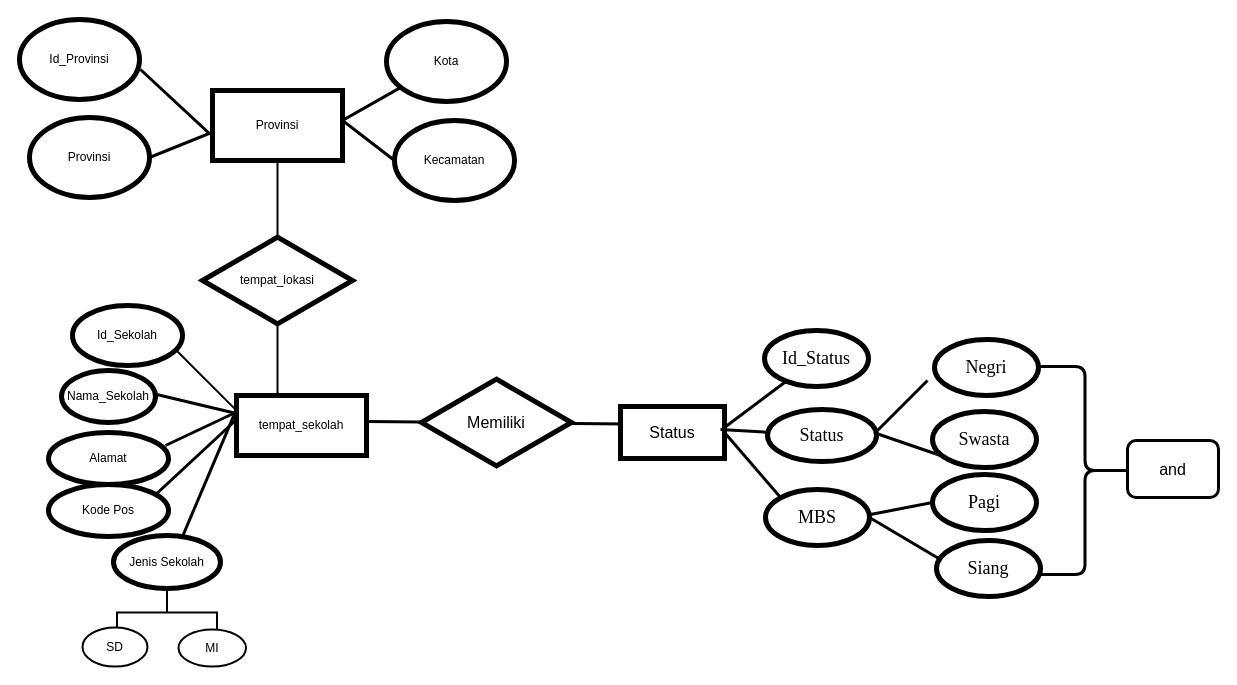
Earlier version of the draw.io diagram Diagram Tanpa Judul.drawio (ashaunix21/shynigami21). Source tidied: cells renumbered, new cells numbered last; positions are measured from the earlier drawing's top-left corner, leaving out a move shared by most shapes. Both pictures are drawn from the tidied source at 100%, with x=0, y=0 at pixel (19, 19).
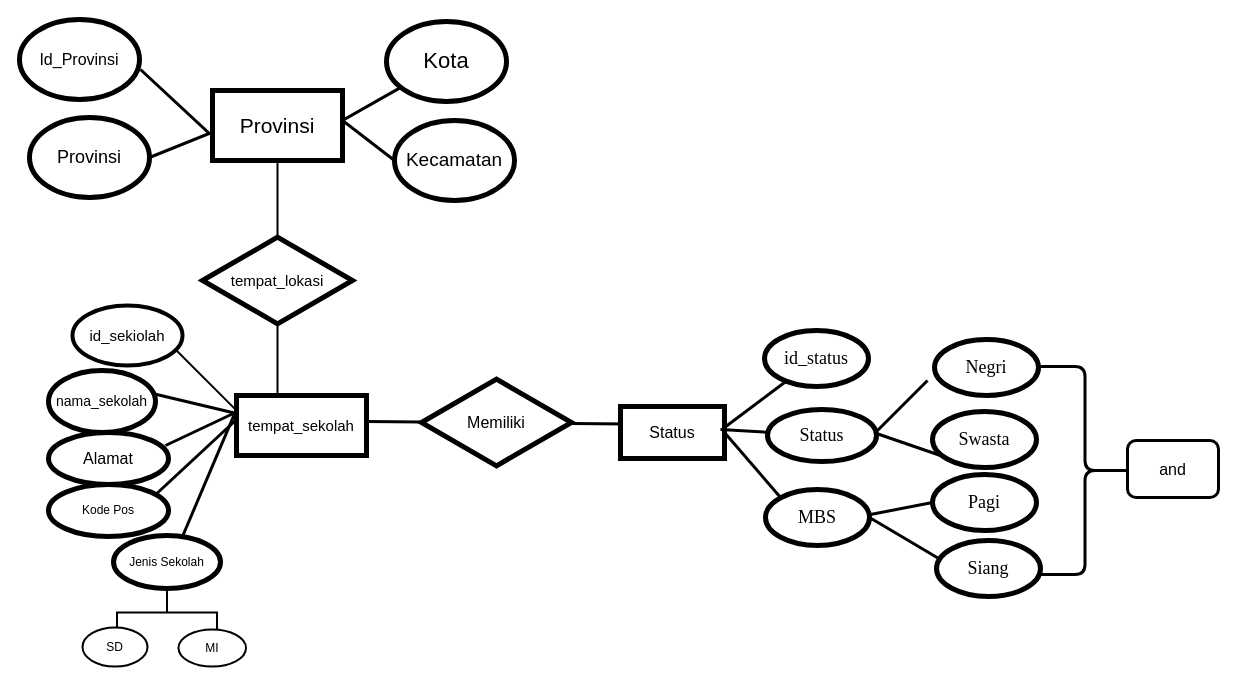
After the change.

Change to the diagram source:
```diff
@@
-    <mxCell id="2" value="Provinsi" style="rounded=0;whiteSpace=wrap;html=1;strokeColor=#000000;strokeWidth=5;" parent="1" vertex="1">
+    <mxCell id="2" value="Provinsi" style="rounded=0;whiteSpace=wrap;html=1;strokeColor=#000000;strokeWidth=5;fontSize=21;" parent="1" vertex="1">
       <mxGeometry x="193" y="71" width="130" height="70" as="geometry" />
     </mxCell>
-    <mxCell id="3" value="Id_Provinsi" style="ellipse;whiteSpace=wrap;html=1;strokeColor=#000000;strokeWidth=5;" parent="1" vertex="1">
+    <mxCell id="3" value="Id_Provinsi" style="ellipse;whiteSpace=wrap;html=1;strokeColor=#000000;strokeWidth=5;fontSize=16;" parent="1" vertex="1">
       <mxGeometry width="120" height="80" as="geometry" />
     </mxCell>
-    <mxCell id="4" value="Provinsi" style="ellipse;whiteSpace=wrap;html=1;strokeColor=#000000;strokeWidth=5;" parent="1" vertex="1">
+    <mxCell id="4" value="Provinsi" style="ellipse;whiteSpace=wrap;html=1;strokeColor=#000000;strokeWidth=5;fontSize=18;" parent="1" vertex="1">
       <mxGeometry x="10" y="98" width="120" height="80" as="geometry" />
     </mxCell>
-    <mxCell id="5" value="Kota" style="ellipse;whiteSpace=wrap;html=1;strokeColor=#000000;strokeWidth=5;" parent="1" vertex="1">
+    <mxCell id="5" value="Kota" style="ellipse;whiteSpace=wrap;html=1;strokeColor=#000000;strokeWidth=5;fontSize=22;" parent="1" vertex="1">
       <mxGeometry x="367" y="2" width="120" height="80" as="geometry" />
     </mxCell>
-    <mxCell id="6" value="Kecamatan" style="ellipse;whiteSpace=wrap;html=1;strokeColor=#000000;strokeWidth=5;" parent="1" vertex="1">
+    <mxCell id="6" value="Kecamatan" style="ellipse;whiteSpace=wrap;html=1;strokeColor=#000000;strokeWidth=5;fontSize=19;" parent="1" vertex="1">
       <mxGeometry x="375" y="101" width="120" height="80" as="geometry" />
     </mxCell>
@@
-    <mxCell id="9" value="tempat_lokasi" style="html=1;whiteSpace=wrap;shape=isoRectangle;strokeColor=#000000;strokeWidth=5;" parent="1" vertex="1">
+    <mxCell id="9" value="tempat_lokasi" style="html=1;whiteSpace=wrap;shape=isoRectangle;strokeColor=#000000;strokeWidth=5;fontSize=15;" parent="1" vertex="1">
       <mxGeometry x="183" y="216" width="150" height="90" as="geometry" />
     </mxCell>
@@
-    <mxCell id="11" value="tempat_sekolah" style="rounded=0;whiteSpace=wrap;html=1;strokeColor=#000000;strokeWidth=5;" parent="1" vertex="1">
+    <mxCell id="11" value="tempat_sekolah" style="rounded=0;whiteSpace=wrap;html=1;strokeColor=#000000;strokeWidth=5;fontSize=15;" parent="1" vertex="1">
       <mxGeometry x="217" y="376" width="130" height="60" as="geometry" />
     </mxCell>
@@
-    <mxCell id="13" value="Id_Sekolah" style="ellipse;whiteSpace=wrap;html=1;strokeColor=#000000;strokeWidth=5;" parent="1" vertex="1">
+    <mxCell id="13" value="id_sekiolah" style="ellipse;whiteSpace=wrap;html=1;strokeColor=#000000;strokeWidth=4;perimeterSpacing=0;fontSize=15;" parent="1" vertex="1">
       <mxGeometry x="53" y="286" width="110" height="60" as="geometry" />
     </mxCell>
@@
-    <mxCell id="15" value="Nama_Sekolah" style="ellipse;whiteSpace=wrap;html=1;strokeColor=#000000;strokeWidth=5;" parent="1" vertex="1">
-      <mxGeometry x="42" y="351" width="94" height="52" as="geometry" />
+    <mxCell id="15" value="nama_sekolah" style="ellipse;whiteSpace=wrap;html=1;strokeColor=#000000;strokeWidth=5;fontSize=14;" parent="1" vertex="1">
+      <mxGeometry x="29" y="351" width="107" height="62" as="geometry" />
     </mxCell>
@@
-    <mxCell id="17" value="Alamat" style="ellipse;whiteSpace=wrap;html=1;strokeColor=#000000;strokeWidth=5;" parent="1" vertex="1">
+    <mxCell id="17" value="Alamat" style="ellipse;whiteSpace=wrap;html=1;strokeColor=#000000;strokeWidth=5;fontSize=16;" parent="1" vertex="1">
       <mxGeometry x="29" y="413" width="120" height="52" as="geometry" />
     </mxCell>
@@
-    <mxCell id="30" value="Id_Status" style="ellipse;whiteSpace=wrap;html=1;strokeColor=#000000;strokeWidth=5;fontFamily=Times New Roman;fontSize=18;fontColor=#000000;" parent="1" vertex="1">
+    <mxCell id="30" value="id_status" style="ellipse;whiteSpace=wrap;html=1;strokeColor=#000000;strokeWidth=5;fontFamily=Times New Roman;fontSize=18;fontColor=#000000;" parent="1" vertex="1">
       <mxGeometry x="745" y="311" width="104" height="56" as="geometry" />
     </mxCell>
```
